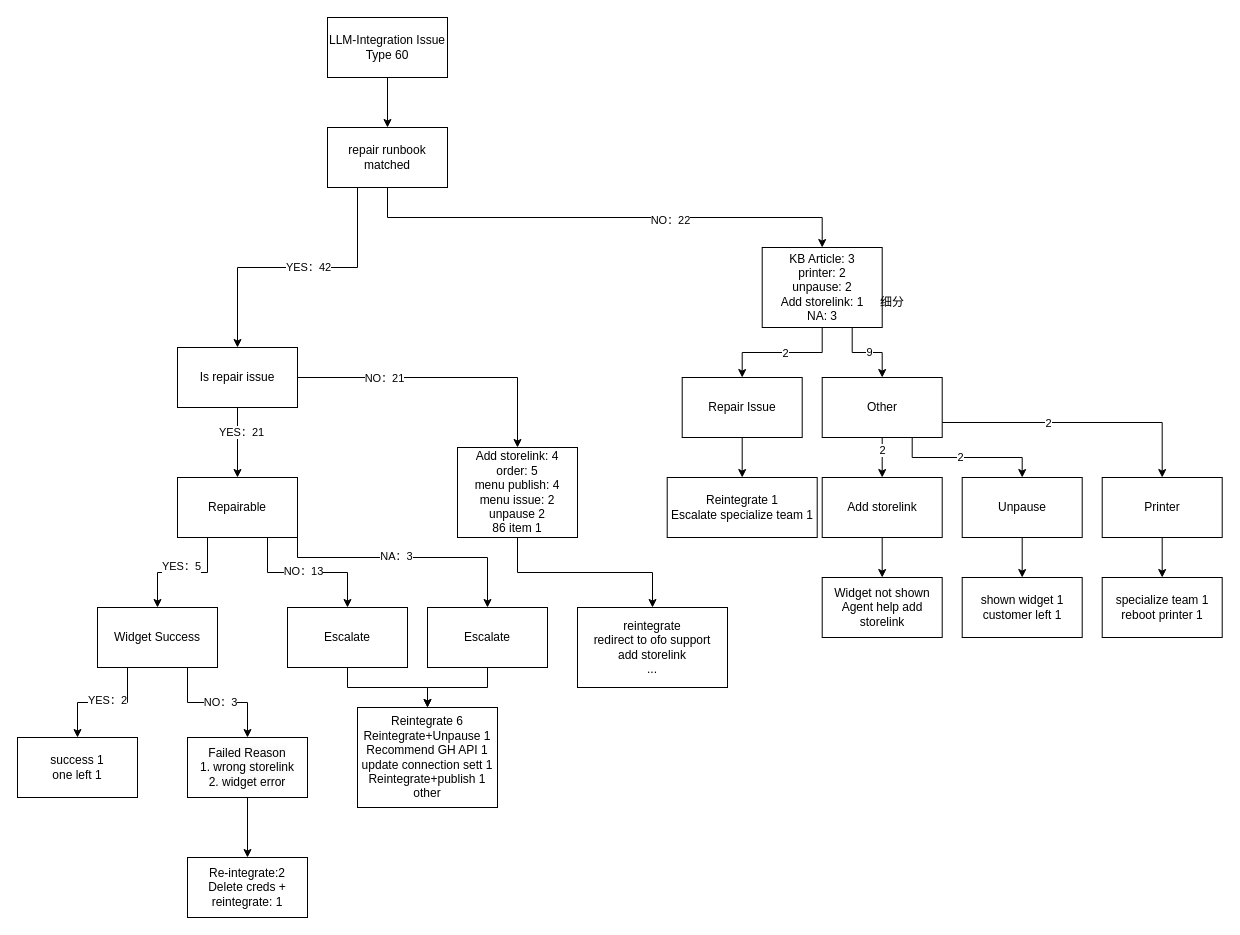
evagle/awesome keeps this draw.io diagram as Integration Issue Analyzation.drawio. Above is the earlier version. Source tidied: cells renumbered, new cells numbered last; positions are measured from the earlier drawing's top-left corner, leaving out a move shared by most shapes. Both pictures are drawn from the tidied source at 100%, with x=0, y=0 at pixel (17, 17).
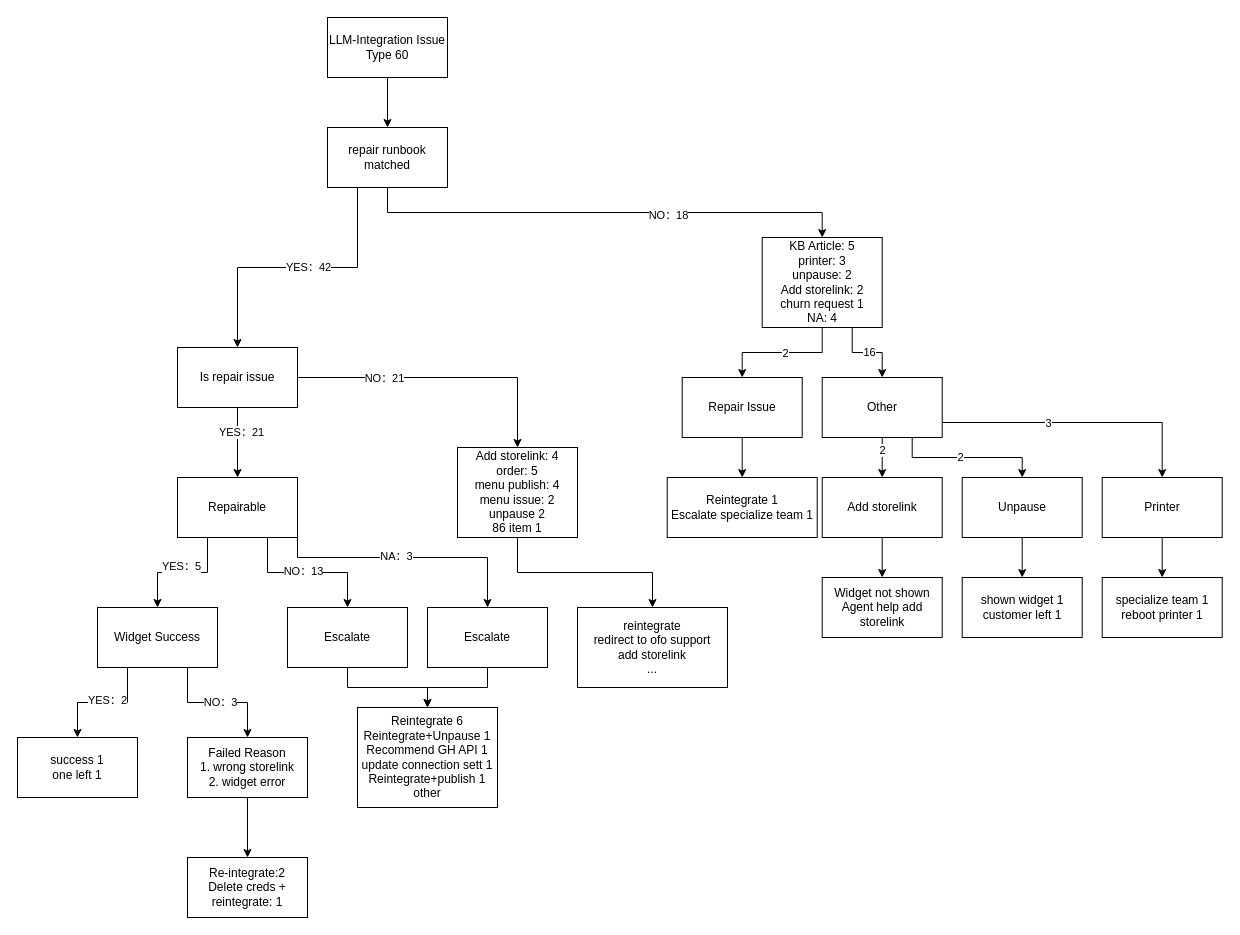
The same diagram, later.

The change refers to these unchanged cells:
```xml
<mxCell id="6" style="edgeStyle=orthogonalEdgeStyle;rounded=0;jettySize=auto;html=1;exitX=0.5;exitY=1;exitDx=0;exitDy=0;" parent="1" edge="1" source="8" target="30">
  <mxGeometry relative="1" as="geometry" />
</mxCell>
<mxCell id="28" style="edgeStyle=orthogonalEdgeStyle;rounded=0;jettySize=auto;html=1;exitX=0.75;exitY=1;exitDx=0;exitDy=0;entryX=0.5;entryY=0;entryDx=0;entryDy=0;" parent="1" edge="1" source="30" target="48">
  <mxGeometry relative="1" as="geometry" />
</mxCell>
<mxCell id="46" style="edgeStyle=orthogonalEdgeStyle;rounded=0;jettySize=auto;html=1;exitX=1;exitY=0.75;exitDx=0;exitDy=0;" parent="1" edge="1" source="48" target="60">
  <mxGeometry relative="1" as="geometry" />
</mxCell>
```

What changed in the source:
```diff
@@
-    <mxCell id="7" value="NO：22" style="edgeLabel;html=1;align=center;verticalAlign=middle;" parent="6" vertex="1">
+    <mxCell id="7" value="NO：18" style="edgeLabel;html=1;align=center;verticalAlign=middle;" parent="6" vertex="1">
       <mxGeometry x="0.26" y="-2" relative="1" as="geometry" />
     </mxCell>
@@
-    <mxCell id="29" value="9" style="edgeLabel;html=1;align=center;verticalAlign=middle;" parent="28" vertex="1">
+    <mxCell id="29" value="16" style="edgeLabel;html=1;align=center;verticalAlign=middle;" parent="28" vertex="1">
       <mxGeometry x="0.06" y="1" relative="1" as="geometry" />
     </mxCell>
-    <mxCell id="30" value="KB Article: 3&lt;br&gt;printer: 2&lt;br&gt;unpause: 2&lt;br&gt;Add storelink: 1&lt;br&gt;NA: 3" style="whiteSpace=wrap;html=1;" parent="1" vertex="1">
-      <mxGeometry x="744.7" y="230" width="120" height="80" as="geometry" />
+    <mxCell id="30" value="KB Article: 5&lt;br&gt;printer: 3&lt;br&gt;unpause: 2&lt;br&gt;Add storelink: 2&lt;br&gt;churn request 1&lt;br&gt;NA: 4" style="whiteSpace=wrap;html=1;" parent="1" vertex="1">
+      <mxGeometry x="744.7" y="220" width="120" height="90" as="geometry" />
     </mxCell>
@@
-    <mxCell id="47" value="2" style="edgeLabel;html=1;align=center;verticalAlign=middle;" parent="46" vertex="1">
+    <mxCell id="47" value="3" style="edgeLabel;html=1;align=center;verticalAlign=middle;" parent="46" vertex="1">
       <mxGeometry x="-0.23" relative="1" as="geometry" />
     </mxCell>
@@
-    <mxCell id="49" value="细分" style="text;html=1;align=center;verticalAlign=middle;whiteSpace=wrap;rounded=0;" parent="1" vertex="1">
-      <mxGeometry x="844.7" y="270" width="60" height="30" as="geometry" />
-    </mxCell>
```
